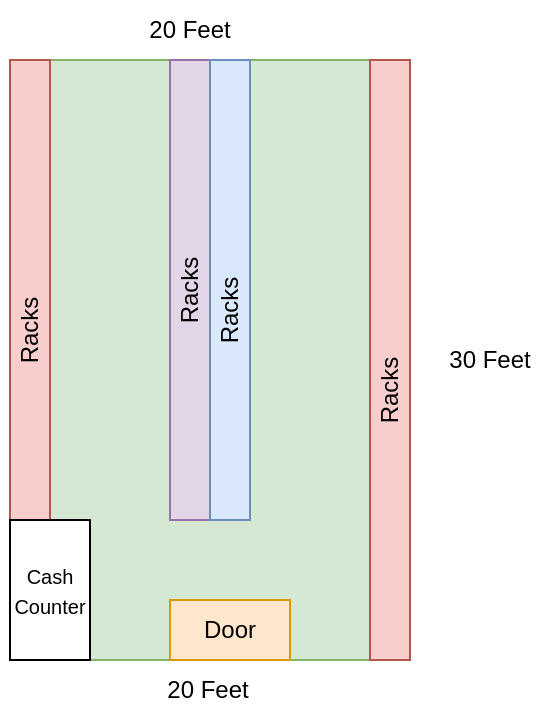
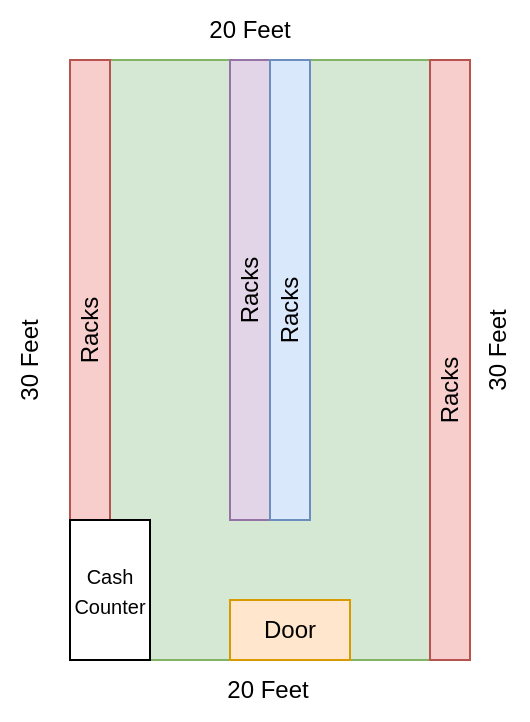
<mxfile host="app.diagrams.net">
  <diagram name="Page-1" id="zG6hiOXuOmAUIq7qCYwK">
    <mxGraphModel dx="1204" dy="674" grid="1" gridSize="10" guides="1" tooltips="1" connect="1" arrows="1" fold="1" page="1" pageScale="1" pageWidth="827" pageHeight="1169" math="0" shadow="0">
      <root>
        <mxCell id="0" />
        <mxCell id="1" parent="0" />
        <mxCell id="E7O0KfWV2V88D2bBGpZ0-1" parent="1" style="whiteSpace=wrap;html=1;fillColor=#d5e8d4;strokeColor=#82b366;" value="" vertex="1">
          <mxGeometry height="300" width="200" x="230" y="170" as="geometry" />
        </mxCell>
        <mxCell id="E7O0KfWV2V88D2bBGpZ0-2" parent="1" style="whiteSpace=wrap;html=1;fillColor=#f8cecc;strokeColor=#b85450;" value="" vertex="1">
          <mxGeometry height="230" width="20" x="230" y="170" as="geometry" />
        </mxCell>
        <mxCell id="E7O0KfWV2V88D2bBGpZ0-3" parent="1" style="whiteSpace=wrap;html=1;fillColor=#f8cecc;strokeColor=#b85450;" value="" vertex="1">
          <mxGeometry height="300" width="20" x="410" y="170" as="geometry" />
        </mxCell>
        <mxCell id="E7O0KfWV2V88D2bBGpZ0-4" parent="1" style="whiteSpace=wrap;html=1;fillColor=#e1d5e7;strokeColor=#9673a6;" value="" vertex="1">
          <mxGeometry height="230" width="20" x="310" y="170" as="geometry" />
        </mxCell>
        <mxCell id="E7O0KfWV2V88D2bBGpZ0-5" parent="1" style="whiteSpace=wrap;html=1;fillColor=#dae8fc;strokeColor=#6c8ebf;" value="" vertex="1">
          <mxGeometry height="230" width="20" x="330" y="170" as="geometry" />
        </mxCell>
        <mxCell id="E7O0KfWV2V88D2bBGpZ0-6" parent="1" style="whiteSpace=wrap;html=1;" value="&lt;font style=&quot;font-size: 10px;&quot;&gt;Cash&lt;/font&gt;&lt;div&gt;&lt;font style=&quot;font-size: 10px;&quot;&gt;Counter&lt;/font&gt;&lt;/div&gt;" vertex="1">
          <mxGeometry height="70" width="40" x="230" y="400" as="geometry" />
        </mxCell>
        <mxCell id="E7O0KfWV2V88D2bBGpZ0-7" parent="1" style="text;html=1;whiteSpace=wrap;strokeColor=none;fillColor=none;align=center;verticalAlign=middle;rounded=0;rotation=270;" value="Racks" vertex="1">
          <mxGeometry height="30" width="60" x="310" y="280" as="geometry" />
        </mxCell>
        <mxCell id="E7O0KfWV2V88D2bBGpZ0-8" parent="1" style="text;html=1;whiteSpace=wrap;strokeColor=none;fillColor=none;align=center;verticalAlign=middle;rounded=0;rotation=270;" value="Racks" vertex="1">
          <mxGeometry height="30" width="60" x="390" y="320" as="geometry" />
        </mxCell>
        <mxCell id="E7O0KfWV2V88D2bBGpZ0-9" parent="1" style="text;html=1;whiteSpace=wrap;strokeColor=none;fillColor=none;align=center;verticalAlign=middle;rounded=0;rotation=270;" value="Racks" vertex="1">
          <mxGeometry height="30" width="60" x="290" y="270" as="geometry" />
        </mxCell>
        <mxCell id="E7O0KfWV2V88D2bBGpZ0-10" parent="1" style="text;html=1;whiteSpace=wrap;strokeColor=none;fillColor=none;align=center;verticalAlign=middle;rounded=0;rotation=270;" value="Racks" vertex="1">
          <mxGeometry height="30" width="60" x="210" y="290" as="geometry" />
        </mxCell>
        <mxCell id="E7O0KfWV2V88D2bBGpZ0-11" parent="1" style="text;html=1;whiteSpace=wrap;strokeColor=#d79b00;fillColor=#ffe6cc;align=center;verticalAlign=middle;rounded=0;" value="Door" vertex="1">
          <mxGeometry height="30" width="60" x="310" y="440" as="geometry" />
        </mxCell>
        <mxCell id="E7O0KfWV2V88D2bBGpZ0-12" parent="1" style="text;html=1;whiteSpace=wrap;strokeColor=none;fillColor=none;align=center;verticalAlign=middle;rounded=0;" value="20 Feet" vertex="1">
          <mxGeometry height="30" width="60" x="299" y="470" as="geometry" />
        </mxCell>
        <mxCell id="E7O0KfWV2V88D2bBGpZ0-13" parent="1" style="text;html=1;whiteSpace=wrap;strokeColor=none;fillColor=none;align=center;verticalAlign=middle;rounded=0;" value="20 Feet" vertex="1">
          <mxGeometry height="30" width="60" x="290" y="140" as="geometry" />
        </mxCell>
-         <mxCell id="E7O0KfWV2V88D2bBGpZ0-14" parent="1" style="text;html=1;whiteSpace=wrap;strokeColor=none;fillColor=none;align=center;verticalAlign=middle;rounded=0;" value="30 Feet" vertex="1">
-           <mxGeometry height="30" width="60" x="440" y="305" as="geometry" />
+         <mxCell id="E7O0KfWV2V88D2bBGpZ0-14" parent="1" style="text;html=1;whiteSpace=wrap;strokeColor=none;fillColor=none;align=center;verticalAlign=middle;rounded=0;rotation=270;" value="30 Feet" vertex="1">
+           <mxGeometry height="30" width="60" x="414" y="300" as="geometry" />
+         </mxCell>
+         <mxCell id="E7O0KfWV2V88D2bBGpZ0-15" parent="1" style="text;html=1;whiteSpace=wrap;strokeColor=none;fillColor=none;align=center;verticalAlign=middle;rounded=0;rotation=270;" value="30 Feet" vertex="1">
+           <mxGeometry height="30" width="60" x="180" y="305" as="geometry" />
        </mxCell>
      </root>
    </mxGraphModel>
  </diagram>
</mxfile>
